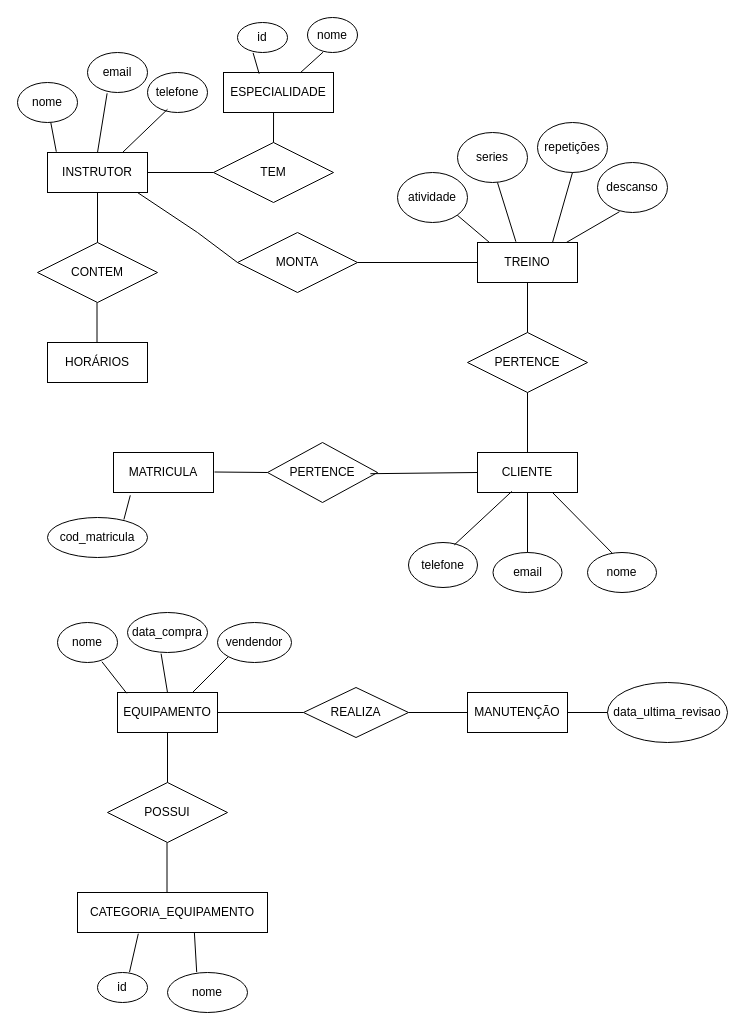
Above: exercicio_bd.drawio in manuely32/curso_turma12 (draw.io), before the change. Source tidied: cells renumbered, new cells numbered last; positions are measured from the earlier drawing's top-left corner, leaving out a move shared by most shapes. Both pictures are drawn from the tidied source at 100%, with x=0, y=0 at pixel (17, 17).
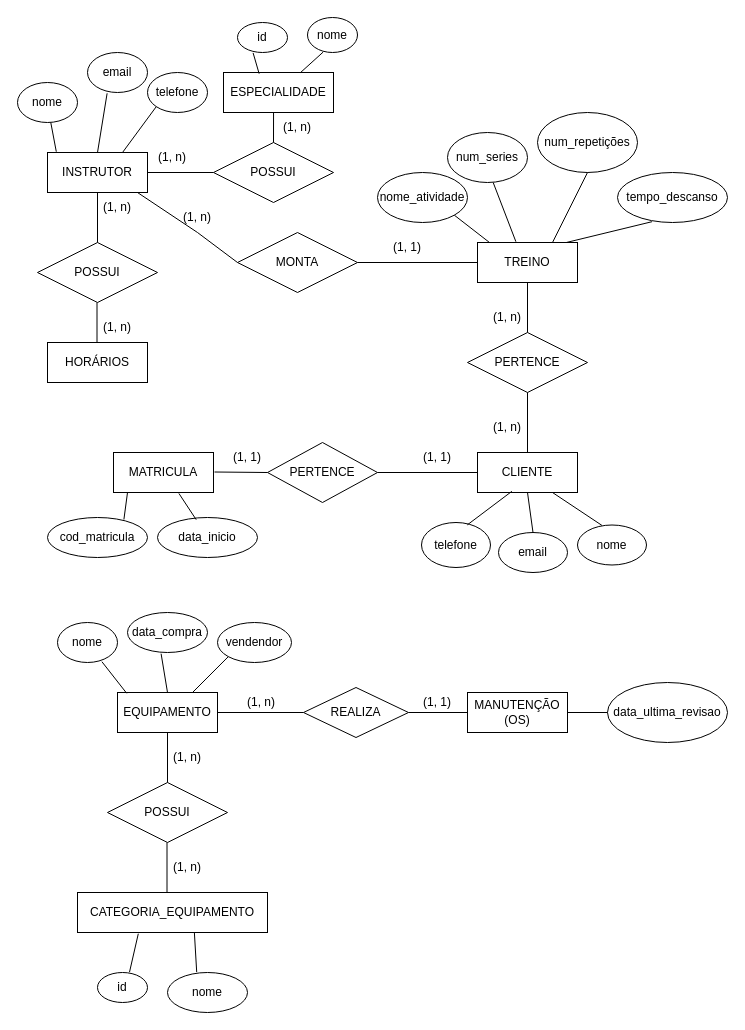
After the change.

The change refers to these unchanged cells:
```xml
<mxCell id="2" value="INSTRUTOR" style="whiteSpace=wrap;html=1;align=center;" parent="1" vertex="1">
  <mxGeometry x="30" y="135" width="100" height="40" as="geometry" />
</mxCell>
<mxCell id="3" value="MATRICULA" style="whiteSpace=wrap;html=1;align=center;" parent="1" vertex="1">
  <mxGeometry x="96" y="435" width="100" height="40" as="geometry" />
</mxCell>
<mxCell id="7" value="CLIENTE" style="whiteSpace=wrap;html=1;align=center;" parent="1" vertex="1">
  <mxGeometry x="460" y="435" width="100" height="40" as="geometry" />
</mxCell>
<mxCell id="10" value="telefone" style="ellipse;whiteSpace=wrap;html=1;align=center;" parent="1" vertex="1">
  <mxGeometry x="130" y="55" width="60" height="40" as="geometry" />
</mxCell>
<mxCell id="18" value="cod_matricula" style="ellipse;whiteSpace=wrap;html=1;align=center;" parent="1" vertex="1">
  <mxGeometry x="30" y="500" width="100" height="40" as="geometry" />
</mxCell>
<mxCell id="31" value="PERTENCE" style="shape=rhombus;perimeter=rhombusPerimeter;whiteSpace=wrap;html=1;align=center;" parent="1" vertex="1">
  <mxGeometry x="250" y="425" width="110" height="60" as="geometry" />
</mxCell>
```

Diff of the diagram source:
```diff
@@
-    <mxCell id="6" value="MANUTENÇÃO" style="whiteSpace=wrap;html=1;align=center;" parent="1" vertex="1">
+    <mxCell id="6" value="MANUTENÇÃO (OS)" style="whiteSpace=wrap;html=1;align=center;" parent="1" vertex="1">
       <mxGeometry x="450" y="675" width="100" height="40" as="geometry" />
     </mxCell>
@@
-    <mxCell id="13" style="endArrow=none;html=1;rounded=0;exitX=0.333;exitY=0.92;exitDx=0;exitDy=0;exitPerimeter=0;entryX=0.75;entryY=0;entryDx=0;entryDy=0;" parent="1" edge="1" source="10" target="2">
+    <mxCell id="13" style="endArrow=none;html=1;rounded=0;exitX=0;exitY=1;exitDx=0;exitDy=0;entryX=0.75;entryY=0;entryDx=0;entryDy=0;" parent="1" edge="1" source="10" target="2">
       <mxGeometry relative="1" as="geometry" />
     </mxCell>
@@
-    <mxCell id="16" value="CONTEM" style="shape=rhombus;perimeter=rhombusPerimeter;whiteSpace=wrap;html=1;align=center;" parent="1" vertex="1">
+    <mxCell id="16" value="POSSUI" style="shape=rhombus;perimeter=rhombusPerimeter;whiteSpace=wrap;html=1;align=center;" parent="1" vertex="1">
       <mxGeometry x="20" y="225" width="120" height="60" as="geometry" />
     </mxCell>
-    <mxCell id="17" value="TEM" style="shape=rhombus;perimeter=rhombusPerimeter;whiteSpace=wrap;html=1;align=center;" parent="1" vertex="1">
+    <mxCell id="17" value="POSSUI" style="shape=rhombus;perimeter=rhombusPerimeter;whiteSpace=wrap;html=1;align=center;" parent="1" vertex="1">
       <mxGeometry x="196" y="125" width="120" height="60" as="geometry" />
     </mxCell>
@@
-    <mxCell id="19" value="atividade" style="ellipse;whiteSpace=wrap;html=1;align=center;" parent="1" vertex="1">
-      <mxGeometry x="380" y="155" width="70" height="50" as="geometry" />
+    <mxCell id="19" value="nome_atividade" style="ellipse;whiteSpace=wrap;html=1;align=center;" parent="1" vertex="1">
+      <mxGeometry x="360" y="155" width="90" height="50" as="geometry" />
     </mxCell>
@@
-    <mxCell id="32" style="endArrow=none;html=1;rounded=0;exitX=0;exitY=0.5;exitDx=0;exitDy=0;entryX=0.935;entryY=0.52;entryDx=0;entryDy=0;entryPerimeter=0;" parent="1" edge="1" source="7" target="31">
+    <mxCell id="32" style="endArrow=none;html=1;rounded=0;exitX=0;exitY=0.5;exitDx=0;exitDy=0;entryX=1;entryY=0.5;entryDx=0;entryDy=0;" parent="1" edge="1" source="7" target="31">
       <mxGeometry relative="1" as="geometry" />
     </mxCell>
@@
-    <mxCell id="34" value="series" style="ellipse;whiteSpace=wrap;html=1;align=center;" parent="1" vertex="1">
-      <mxGeometry x="440" y="115" width="70" height="50" as="geometry" />
+    <mxCell id="34" value="num_series" style="ellipse;whiteSpace=wrap;html=1;align=center;" parent="1" vertex="1">
+      <mxGeometry x="430" y="115" width="80" height="50" as="geometry" />
     </mxCell>
-    <mxCell id="35" value="repetições" style="ellipse;whiteSpace=wrap;html=1;align=center;" parent="1" vertex="1">
-      <mxGeometry x="520" y="105" width="70" height="50" as="geometry" />
+    <mxCell id="35" value="num_repetições" style="ellipse;whiteSpace=wrap;html=1;align=center;" parent="1" vertex="1">
+      <mxGeometry x="520" y="95" width="100" height="60" as="geometry" />
     </mxCell>
-    <mxCell id="36" value="descanso" style="ellipse;whiteSpace=wrap;html=1;align=center;" parent="1" vertex="1">
-      <mxGeometry x="580" y="145" width="70" height="50" as="geometry" />
+    <mxCell id="36" value="tempo_descanso" style="ellipse;whiteSpace=wrap;html=1;align=center;" parent="1" vertex="1">
+      <mxGeometry x="600" y="155" width="110" height="50" as="geometry" />
     </mxCell>
@@
     <mxCell id="41" value="nome" style="ellipse;whiteSpace=wrap;html=1;align=center;" parent="1" vertex="1">
-      <mxGeometry x="570" y="535" width="69" height="40" as="geometry" />
+      <mxGeometry x="560" y="507.5" width="69" height="40" as="geometry" />
     </mxCell>
     <mxCell id="42" value="email" style="ellipse;whiteSpace=wrap;html=1;align=center;" parent="1" vertex="1">
-      <mxGeometry x="475.5" y="535" width="69" height="40" as="geometry" />
+      <mxGeometry x="481" y="515" width="69" height="40" as="geometry" />
     </mxCell>
     <mxCell id="43" value="telefone" style="ellipse;whiteSpace=wrap;html=1;align=center;" parent="1" vertex="1">
-      <mxGeometry x="391" y="525" width="69" height="45" as="geometry" />
+      <mxGeometry x="404" y="505" width="69" height="45" as="geometry" />
     </mxCell>
@@
-    <mxCell id="46" style="endArrow=none;html=1;rounded=0;entryX=0.764;entryY=0.05;entryDx=0;entryDy=0;entryPerimeter=0;exitX=0.168;exitY=1.07;exitDx=0;exitDy=0;exitPerimeter=0;" parent="1" edge="1" source="3" target="18">
-      <mxGeometry relative="1" as="geometry" />
+    <mxCell id="46" style="endArrow=none;html=1;rounded=0;entryX=0.764;entryY=0.05;entryDx=0;entryDy=0;entryPerimeter=0;" parent="1" edge="1" target="18">
+      <mxGeometry relative="1" as="geometry">
+        <mxPoint x="110" y="475" as="sourcePoint" />
+      </mxGeometry>
     </mxCell>
@@
+    <mxCell id="70" value="(1, n)" style="text;html=1;strokeColor=none;fillColor=none;align=center;verticalAlign=middle;whiteSpace=wrap;rounded=0;" parent="1" vertex="1">
+      <mxGeometry x="70" y="175" width="60" height="30" as="geometry" />
+    </mxCell>
+    <mxCell id="71" value="(1, n)" style="text;html=1;strokeColor=none;fillColor=none;align=center;verticalAlign=middle;whiteSpace=wrap;rounded=0;" parent="1" vertex="1">
+      <mxGeometry x="70" y="295" width="60" height="30" as="geometry" />
+    </mxCell>
+    <mxCell id="72" value="(1, n)" style="text;html=1;strokeColor=none;fillColor=none;align=center;verticalAlign=middle;whiteSpace=wrap;rounded=0;" parent="1" vertex="1">
+      <mxGeometry x="125" y="125" width="60" height="30" as="geometry" />
+    </mxCell>
+    <mxCell id="73" value="(1, n)" style="text;html=1;strokeColor=none;fillColor=none;align=center;verticalAlign=middle;whiteSpace=wrap;rounded=0;" parent="1" vertex="1">
+      <mxGeometry x="250" y="95" width="60" height="30" as="geometry" />
+    </mxCell>
+    <mxCell id="74" value="(1, n)" style="text;html=1;strokeColor=none;fillColor=none;align=center;verticalAlign=middle;whiteSpace=wrap;rounded=0;" parent="1" vertex="1">
+      <mxGeometry x="150" y="185" width="60" height="30" as="geometry" />
+    </mxCell>
+    <mxCell id="75" value="(1, 1)" style="text;html=1;strokeColor=none;fillColor=none;align=center;verticalAlign=middle;whiteSpace=wrap;rounded=0;" parent="1" vertex="1">
+      <mxGeometry x="360" y="215" width="60" height="30" as="geometry" />
+    </mxCell>
+    <mxCell id="76" value="(1, n)" style="text;html=1;strokeColor=none;fillColor=none;align=center;verticalAlign=middle;whiteSpace=wrap;rounded=0;" parent="1" vertex="1">
+      <mxGeometry x="460" y="285" width="60" height="30" as="geometry" />
+    </mxCell>
+    <mxCell id="77" value="(1, n)" style="text;html=1;strokeColor=none;fillColor=none;align=center;verticalAlign=middle;whiteSpace=wrap;rounded=0;" parent="1" vertex="1">
+      <mxGeometry x="460" y="395" width="60" height="30" as="geometry" />
+    </mxCell>
+    <mxCell id="78" value="(1, 1)" style="text;html=1;strokeColor=none;fillColor=none;align=center;verticalAlign=middle;whiteSpace=wrap;rounded=0;" parent="1" vertex="1">
+      <mxGeometry x="390" y="425" width="60" height="30" as="geometry" />
+    </mxCell>
+    <mxCell id="79" value="(1, 1)" style="text;html=1;strokeColor=none;fillColor=none;align=center;verticalAlign=middle;whiteSpace=wrap;rounded=0;" parent="1" vertex="1">
+      <mxGeometry x="200" y="425" width="60" height="30" as="geometry" />
+    </mxCell>
+    <mxCell id="80" value="(1, n)" style="text;html=1;strokeColor=none;fillColor=none;align=center;verticalAlign=middle;whiteSpace=wrap;rounded=0;" parent="1" vertex="1">
+      <mxGeometry x="214" y="670" width="60" height="30" as="geometry" />
+    </mxCell>
+    <mxCell id="81" value="(1, 1)" style="text;html=1;strokeColor=none;fillColor=none;align=center;verticalAlign=middle;whiteSpace=wrap;rounded=0;" parent="1" vertex="1">
+      <mxGeometry x="390" y="670" width="60" height="30" as="geometry" />
+    </mxCell>
+    <mxCell id="82" value="(1, n)" style="text;html=1;strokeColor=none;fillColor=none;align=center;verticalAlign=middle;whiteSpace=wrap;rounded=0;" parent="1" vertex="1">
+      <mxGeometry x="140" y="725" width="60" height="30" as="geometry" />
+    </mxCell>
+    <mxCell id="83" value="(1, n)" style="text;html=1;strokeColor=none;fillColor=none;align=center;verticalAlign=middle;whiteSpace=wrap;rounded=0;" parent="1" vertex="1">
+      <mxGeometry x="140" y="835" width="60" height="30" as="geometry" />
+    </mxCell>
+    <mxCell id="84" value="data_inicio" style="ellipse;whiteSpace=wrap;html=1;align=center;" parent="1" vertex="1">
+      <mxGeometry x="140" y="500" width="100" height="40" as="geometry" />
+    </mxCell>
+    <mxCell id="85" style="endArrow=none;html=1;rounded=0;entryX=0.387;entryY=0.054;entryDx=0;entryDy=0;entryPerimeter=0;exitX=0.654;exitY=1.023;exitDx=0;exitDy=0;exitPerimeter=0;" parent="1" edge="1" source="3" target="84">
+      <mxGeometry relative="1" as="geometry" />
+    </mxCell>
```
